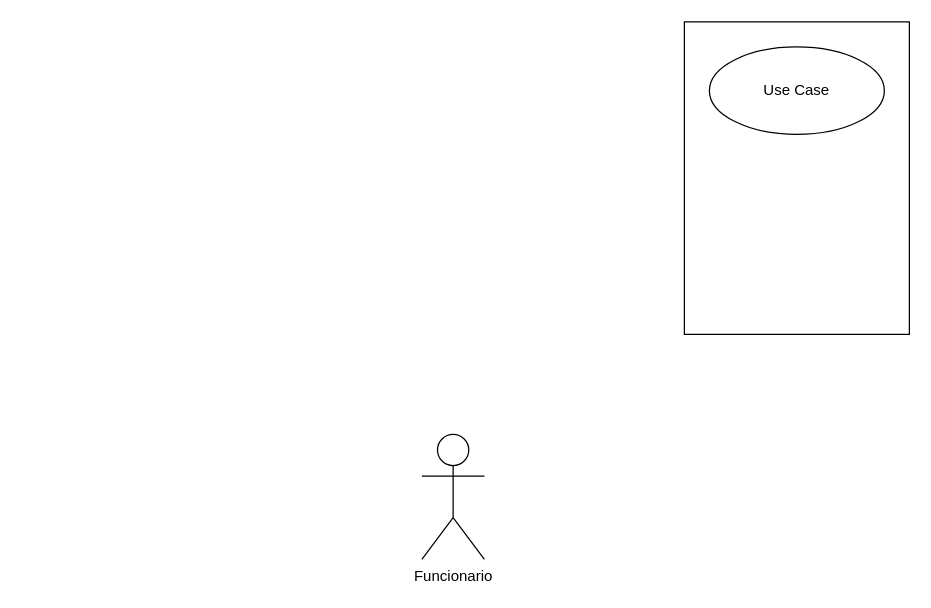
Before: ADS/Diagrama_CasoDeUso.drawio in tirabello/PI-2, a draw.io diagram. Source tidied: cells renumbered, new cells numbered last; positions are measured from the earlier drawing's top-left corner, leaving out a move shared by most shapes. Both pictures are drawn from the tidied source at 125%, with x=0, y=0 at pixel (421, 21).
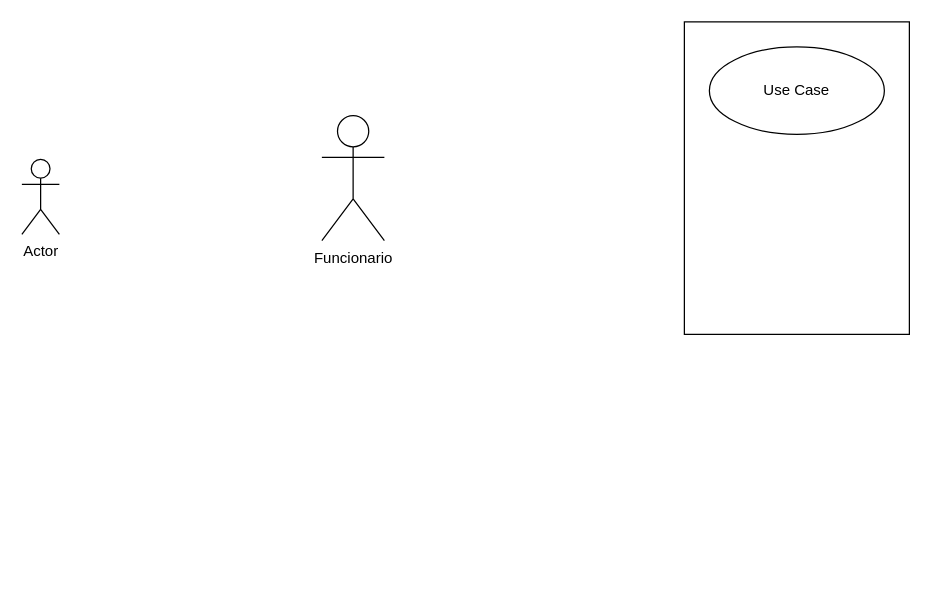
After the change.

What changed in the source:
```diff
@@
 <mxGraphModel>
   <root>
     <mxCell id="0" />
     <mxCell id="1" parent="0" />
     <mxCell id="2" value="Funcionario" style="shape=umlActor;verticalLabelPosition=bottom;verticalAlign=top;html=1;" parent="1" vertex="1">
-      <mxGeometry y="330" width="50" height="100" as="geometry" />
+      <mxGeometry x="-80" y="75" width="50" height="100" as="geometry" />
     </mxCell>
     <mxCell id="3" style="rounded=0;whiteSpace=wrap;html=1;" parent="1" vertex="1">
       <mxGeometry x="210" width="180" height="250" as="geometry" />
     </mxCell>
     <mxCell id="4" value="Use Case" style="ellipse;whiteSpace=wrap;html=1;" parent="1" vertex="1">
       <mxGeometry x="230" y="20" width="140" height="70" as="geometry" />
     </mxCell>
+    <mxCell id="5" value="Actor" style="shape=umlActor;verticalLabelPosition=bottom;verticalAlign=top;html=1;" parent="1" vertex="1">
+      <mxGeometry x="-320" y="110" width="30" height="60" as="geometry" />
+    </mxCell>
   </root>
 </mxGraphModel>
```
